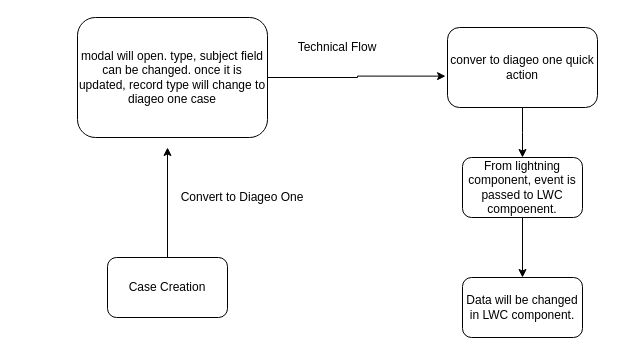
Before: Untitled Diagram.drawio in sagaramm/TestGit, a draw.io diagram. Source tidied: cells renumbered, new cells numbered last; positions are measured from the earlier drawing's top-left corner, leaving out a move shared by most shapes. Both pictures are drawn from the tidied source at 100%, with x=0, y=0 at pixel (77, 17).
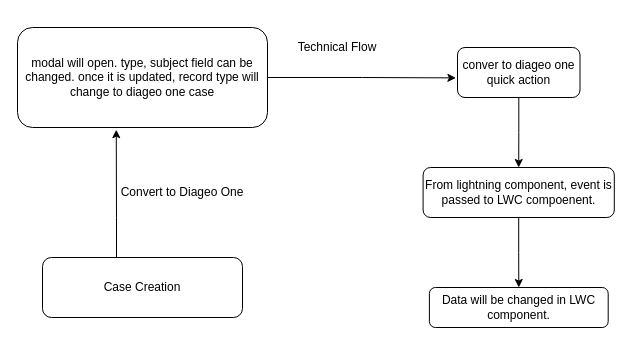
The same diagram, later.

Commit message:
diageo one case

What changed in the source:
```diff
@@
 <mxGraphModel>
   <root>
     <mxCell id="0" />
     <mxCell id="1" parent="0" />
-    <mxCell id="2" style="edgeStyle=orthogonalEdgeStyle;rounded=0;jettySize=auto;html=1;" parent="1" edge="1" source="3">
+    <mxCell id="2" style="edgeStyle=orthogonalEdgeStyle;rounded=0;jettySize=auto;html=1;entryX=0.395;entryY=1.022;entryDx=0;entryDy=0;entryPerimeter=0;" parent="1" edge="1" source="3" target="5">
       <mxGeometry relative="1" as="geometry">
-        <mxPoint x="90" y="130" as="targetPoint" />
+        <Array as="points">
+          <mxPoint x="39" y="200" />
+          <mxPoint x="39" y="200" />
+        </Array>
       </mxGeometry>
     </mxCell>
     <mxCell id="3" value="Case Creation" style="rounded=1;whiteSpace=wrap;html=1;" parent="1" vertex="1">
-      <mxGeometry x="30" y="240" width="120" height="60" as="geometry" />
+      <mxGeometry x="-35" y="240" width="200" height="60" as="geometry" />
     </mxCell>
     <mxCell id="4" style="edgeStyle=orthogonalEdgeStyle;rounded=0;jettySize=auto;html=1;entryX=-0.013;entryY=0.608;entryDx=0;entryDy=0;entryPerimeter=0;" parent="1" edge="1" source="5" target="8">
       <mxGeometry relative="1" as="geometry" />
     </mxCell>
     <mxCell id="5" value="modal will open. type, subject field can be changed. once it is updated, record type will change to diageo one case" style="rounded=1;whiteSpace=wrap;html=1;" parent="1" vertex="1">
-      <mxGeometry width="190" height="120" as="geometry" />
+      <mxGeometry x="-60" y="10" width="250" height="100" as="geometry" />
     </mxCell>
     <mxCell id="6" value="Convert to Diageo One" style="text;html=1;strokeColor=none;fillColor=none;align=center;verticalAlign=middle;whiteSpace=wrap;rounded=0;" parent="1" vertex="1">
-      <mxGeometry x="80" y="170" width="170" height="20" as="geometry" />
+      <mxGeometry x="20" y="165" width="170" height="20" as="geometry" />
     </mxCell>
-    <mxCell id="7" style="edgeStyle=orthogonalEdgeStyle;rounded=0;jettySize=auto;html=1;" parent="1" edge="1" source="8">
-      <mxGeometry relative="1" as="geometry">
-        <mxPoint x="445" y="140" as="targetPoint" />
-      </mxGeometry>
-    </mxCell>
+    <mxCell id="13" style="edgeStyle=orthogonalEdgeStyle;rounded=0;jettySize=auto;html=1;entryX=0.5;entryY=0;entryDx=0;entryDy=0;" parent="1" edge="1" source="8" target="11">
+      <mxGeometry relative="1" as="geometry" />
+    </mxCell>
     <mxCell id="8" value="conver to diageo one quick action" style="rounded=1;whiteSpace=wrap;html=1;" parent="1" vertex="1">
-      <mxGeometry x="370" y="10" width="150" height="80" as="geometry" />
+      <mxGeometry x="380" y="30" width="122.5" height="50" as="geometry" />
     </mxCell>
     <mxCell id="9" value="Technical Flow" style="text;html=1;strokeColor=none;fillColor=none;align=center;verticalAlign=middle;whiteSpace=wrap;rounded=0;" parent="1" vertex="1">
       <mxGeometry x="210" y="20" width="100" height="20" as="geometry" />
     </mxCell>
     <mxCell id="10" style="edgeStyle=orthogonalEdgeStyle;rounded=0;jettySize=auto;html=1;entryX=0.5;entryY=0;entryDx=0;entryDy=0;" parent="1" edge="1" source="11" target="12">
       <mxGeometry relative="1" as="geometry" />
     </mxCell>
     <mxCell id="11" value="From lightning component, event is passed to LWC compoenent." style="rounded=1;whiteSpace=wrap;html=1;" parent="1" vertex="1">
-      <mxGeometry x="385" y="140" width="120" height="60" as="geometry" />
+      <mxGeometry x="345.6" y="150" width="191.2" height="50" as="geometry" />
     </mxCell>
     <mxCell id="12" value="Data will be changed in LWC component." style="rounded=1;whiteSpace=wrap;html=1;" parent="1" vertex="1">
-      <mxGeometry x="385" y="260" width="120" height="60" as="geometry" />
+      <mxGeometry x="351.9" y="270" width="178.8" height="40" as="geometry" />
     </mxCell>
   </root>
 </mxGraphModel>
```
